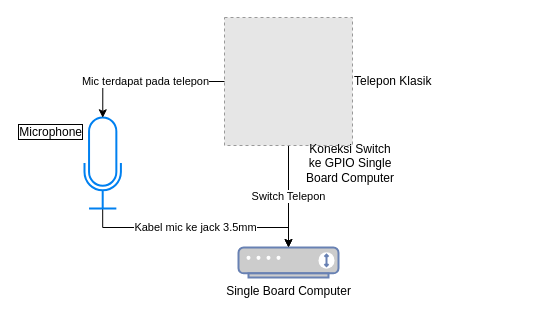
Earlier version of the draw.io diagram Telefon.drawio (samiframadhan/drawio). Source tidied: cells renumbered, new cells numbered last; positions are measured from the earlier drawing's top-left corner, leaving out a move shared by most shapes. Both pictures are drawn from the tidied source at 100%, with x=0, y=0 at pixel (84, 17). Pictures stored in the file or linked from it are replaced by grey dashed boxes.
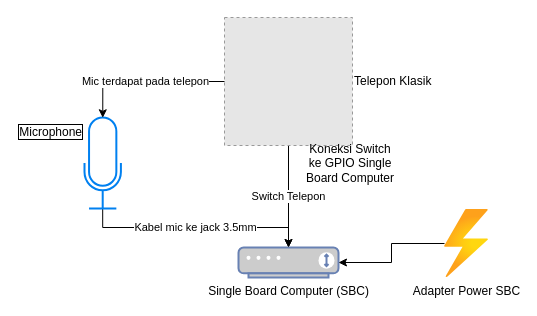
Above is the later version.

Change to the diagram source:
```diff
@@
 <mxGraphModel>
   <root>
     <mxCell id="0" />
     <mxCell id="1" parent="0" />
     <mxCell id="2" value="Switch Telepon" style="edgeStyle=orthogonalEdgeStyle;rounded=0;jettySize=auto;html=1;" parent="1" edge="1" source="3" target="4">
       <mxGeometry relative="1" as="geometry" />
     </mxCell>
     <mxCell id="3" value="Telepon Klasik" style="fillColor=#E6E6E6;strokeColor=#999999;dashed=1;html=1;verticalAlign=middle;verticalLabelPosition=middle;labelBackgroundColor=#ffffff;labelPosition=right;align=left;" parent="1" vertex="1">
       <mxGeometry x="140" width="128" height="128" as="geometry" />
     </mxCell>
-    <mxCell id="4" value="Single Board Computer" style="fontColor=#000000;verticalAlign=top;verticalLabelPosition=bottom;labelPosition=center;align=center;html=1;outlineConnect=0;fillColor=#CCCCCC;strokeColor=#6881B3;gradientColor=none;gradientDirection=north;strokeWidth=2;shape=mxgraph.networks.modem;" parent="1" vertex="1">
+    <mxCell id="4" value="Single Board Computer (SBC)" style="fontColor=#000000;verticalAlign=top;verticalLabelPosition=bottom;labelPosition=center;align=center;html=1;outlineConnect=0;fillColor=#CCCCCC;strokeColor=#6881B3;gradientColor=none;gradientDirection=north;strokeWidth=2;shape=mxgraph.networks.modem;" parent="1" vertex="1">
       <mxGeometry x="154" y="230" width="100" height="30" as="geometry" />
     </mxCell>
     <mxCell id="5" value="Kabel mic ke jack 3.5mm" style="edgeStyle=orthogonalEdgeStyle;rounded=0;jettySize=auto;html=1;" parent="1" edge="1" source="6" target="4">
       <mxGeometry relative="1" as="geometry">
         <Array as="points">
           <mxPoint x="18" y="210" />
           <mxPoint x="204" y="210" />
         </Array>
       </mxGeometry>
     </mxCell>
     <mxCell id="6" value="Microphone" style="html=1;verticalLabelPosition=middle;align=right;labelBackgroundColor=#ffffff;verticalAlign=top;strokeWidth=2;strokeColor=#0080F0;shadow=0;dashed=0;shape=mxgraph.ios7.icons.microphone;labelBorderColor=default;labelPosition=left;" parent="1" vertex="1">
       <mxGeometry y="100" width="36.4" height="91" as="geometry" />
     </mxCell>
     <mxCell id="7" value="Mic terdapat pada telepon" style="edgeStyle=orthogonalEdgeStyle;rounded=0;jettySize=auto;html=1;entryX=0.502;entryY=0.003;entryDx=0;entryDy=0;entryPerimeter=0;" parent="1" edge="1" source="3" target="6">
       <mxGeometry relative="1" as="geometry">
         <Array as="points">
           <mxPoint x="18" y="64" />
           <mxPoint x="18" y="100" />
         </Array>
       </mxGeometry>
     </mxCell>
     <mxCell id="8" value="Koneksi Switch ke GPIO Single Board Computer" style="text;html=1;align=center;verticalAlign=middle;whiteSpace=wrap;rounded=0;" parent="1" vertex="1">
       <mxGeometry x="220" y="130.5" width="92" height="30" as="geometry" />
     </mxCell>
+    <mxCell id="9" style="edgeStyle=orthogonalEdgeStyle;rounded=0;jettySize=auto;html=1;" parent="1" edge="1" source="10" target="4">
+      <mxGeometry relative="1" as="geometry" />
+    </mxCell>
+    <mxCell id="10" value="Adapter Power SBC" style="image;html=1;points=[];align=center;fontSize=12;image=img/lib/azure2/general/Power.svg;" parent="1" vertex="1">
+      <mxGeometry x="360" y="192" width="44" height="68" as="geometry" />
+    </mxCell>
   </root>
 </mxGraphModel>
```
